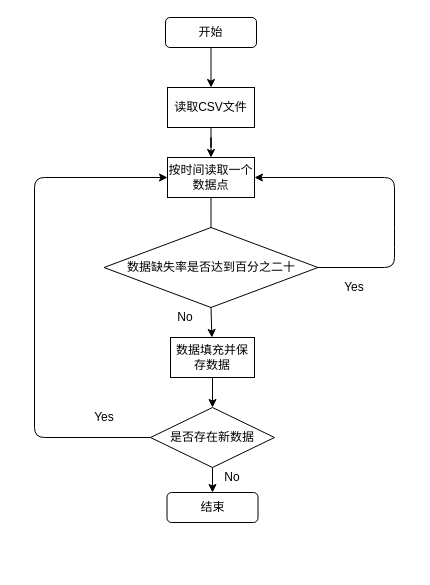
Before: Untitled Diagram.drawio in cqiangcode/afteryunfutech, a draw.io diagram. Source tidied: cells renumbered, new cells numbered last; positions are measured from the earlier drawing's top-left corner, leaving out a move shared by most shapes. Both pictures are drawn from the tidied source at 100%, with x=0, y=0 at pixel (34, 17).
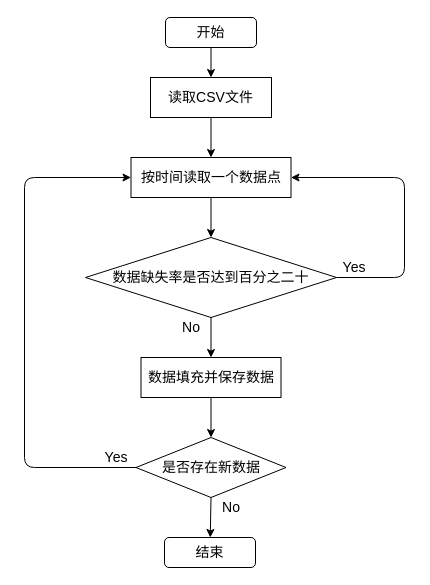
The same page after the edit.

What changed in the source:
```diff
@@
-    <mxCell id="2" style="edgeStyle=orthogonalEdgeStyle;rounded=0;jettySize=auto;html=1;" parent="1" edge="1" source="3" target="5">
-      <mxGeometry relative="1" as="geometry" />
-    </mxCell>
-    <mxCell id="3" value="读取CSV文件" style="rounded=0;whiteSpace=wrap;html=1;" parent="1" vertex="1">
-      <mxGeometry x="133" y="70" width="87" height="40" as="geometry" />
+    <mxCell id="3" value="&lt;font style=&quot;font-size: 14px&quot;&gt;读取CSV文件&lt;/font&gt;" style="rounded=0;whiteSpace=wrap;html=1;" parent="1" vertex="1">
+      <mxGeometry x="116" y="60" width="121" height="40" as="geometry" />
     </mxCell>
-    <mxCell id="4" style="edgeStyle=orthogonalEdgeStyle;rounded=0;jettySize=auto;html=1;" parent="1" edge="1" source="5">
-      <mxGeometry relative="1" as="geometry">
-        <mxPoint x="176.5" y="230" as="targetPoint" />
-      </mxGeometry>
-    </mxCell>
-    <mxCell id="5" value="按时间读取一个数据点" style="rounded=0;whiteSpace=wrap;html=1;" parent="1" vertex="1">
-      <mxGeometry x="133" y="140" width="87" height="40" as="geometry" />
+    <mxCell id="5" value="&lt;font style=&quot;font-size: 14px&quot;&gt;按时间读取一个数据点&lt;/font&gt;" style="rounded=0;whiteSpace=wrap;html=1;" parent="1" vertex="1">
+      <mxGeometry x="96.5" y="140" width="160" height="40" as="geometry" />
     </mxCell>
-    <mxCell id="6" value="开始" style="rounded=1;whiteSpace=wrap;html=1;" parent="1" vertex="1">
+    <mxCell id="6" value="&lt;font style=&quot;font-size: 14px&quot;&gt;开始&lt;/font&gt;" style="rounded=1;whiteSpace=wrap;html=1;" parent="1" vertex="1">
       <mxGeometry x="131" width="91" height="30" as="geometry" />
     </mxCell>
-    <mxCell id="7" style="endArrow=classic;html=1;entryX=0.5;entryY=0;entryDx=0;entryDy=0;exitX=0.5;exitY=1;exitDx=0;exitDy=0;" parent="1" edge="1" source="6" target="3">
-      <mxGeometry relative="1" as="geometry" />
-    </mxCell>
-    <mxCell id="8" value="数据缺失率是否达到百分之二十" style="rhombus;whiteSpace=wrap;html=1;" parent="1" vertex="1">
-      <mxGeometry x="69.5" y="210" width="214" height="80" as="geometry" />
+    <mxCell id="8" value="&lt;font style=&quot;font-size: 14px&quot;&gt;数据缺失率是否达到百分之二十&lt;/font&gt;" style="rhombus;whiteSpace=wrap;html=1;" parent="1" vertex="1">
+      <mxGeometry x="51" y="220" width="251" height="80" as="geometry" />
     </mxCell>
-    <mxCell id="9" style="endArrow=classic;html=1;exitX=1;exitY=0.5;exitDx=0;exitDy=0;entryX=1;entryY=0.5;entryDx=0;entryDy=0;" parent="1" edge="1" source="8" target="5">
-      <mxGeometry relative="1" as="geometry">
-        <Array as="points">
-          <mxPoint x="360" y="250" />
-          <mxPoint x="360" y="220" />
-          <mxPoint x="360" y="160" />
-        </Array>
-      </mxGeometry>
-    </mxCell>
-    <mxCell id="10" value="Yes" style="text;html=1;strokeColor=none;fillColor=none;align=center;verticalAlign=middle;whiteSpace=wrap;rounded=0;" parent="1" vertex="1">
-      <mxGeometry x="300" y="260" width="40" height="20" as="geometry" />
+    <mxCell id="10" value="&lt;font style=&quot;font-size: 14px&quot;&gt;Yes&lt;/font&gt;" style="text;html=1;strokeColor=none;fillColor=none;align=center;verticalAlign=middle;whiteSpace=wrap;rounded=0;" parent="1" vertex="1">
+      <mxGeometry x="300" y="240" width="40" height="20" as="geometry" />
     </mxCell>
-    <mxCell id="11" style="endArrow=classic;html=1;exitX=0.5;exitY=1;exitDx=0;exitDy=0;" parent="1" edge="1" source="8" target="13">
-      <mxGeometry relative="1" as="geometry" />
-    </mxCell>
-    <mxCell id="12" style="edgeStyle=orthogonalEdgeStyle;rounded=0;jettySize=auto;html=1;" parent="1" edge="1" source="13" target="16">
-      <mxGeometry relative="1" as="geometry" />
-    </mxCell>
-    <mxCell id="13" value="数据填充并保存数据" style="rounded=0;whiteSpace=wrap;html=1;" parent="1" vertex="1">
-      <mxGeometry x="136" y="320" width="84" height="40" as="geometry" />
+    <mxCell id="13" value="&lt;font style=&quot;font-size: 14px&quot;&gt;数据填充并保存数据&lt;/font&gt;" style="rounded=0;whiteSpace=wrap;html=1;" parent="1" vertex="1">
+      <mxGeometry x="106.5" y="340" width="140" height="40" as="geometry" />
     </mxCell>
-    <mxCell id="14" value="No&lt;br&gt;" style="text;html=1;strokeColor=none;fillColor=none;align=center;verticalAlign=middle;whiteSpace=wrap;rounded=0;" parent="1" vertex="1">
-      <mxGeometry x="131" y="290" width="40" height="20" as="geometry" />
+    <mxCell id="14" value="&lt;font style=&quot;font-size: 14px&quot;&gt;No&lt;/font&gt;&lt;br&gt;" style="text;html=1;strokeColor=none;fillColor=none;align=center;verticalAlign=middle;whiteSpace=wrap;rounded=0;" parent="1" vertex="1">
+      <mxGeometry x="136.5" y="300" width="40" height="20" as="geometry" />
     </mxCell>
-    <mxCell id="15" style="edgeStyle=orthogonalEdgeStyle;rounded=0;jettySize=auto;html=1;entryX=0.5;entryY=0;entryDx=0;entryDy=0;" parent="1" edge="1" source="16" target="17">
-      <mxGeometry relative="1" as="geometry" />
-    </mxCell>
-    <mxCell id="16" value="是否存在新数据" style="rhombus;whiteSpace=wrap;html=1;" parent="1" vertex="1">
-      <mxGeometry x="116" y="390" width="124" height="60" as="geometry" />
+    <mxCell id="16" value="&lt;font style=&quot;font-size: 14px&quot;&gt;是否存在新数据&lt;/font&gt;" style="rhombus;whiteSpace=wrap;html=1;" parent="1" vertex="1">
+      <mxGeometry x="101.5" y="420" width="150" height="60" as="geometry" />
     </mxCell>
-    <mxCell id="17" value="结束" style="rounded=1;whiteSpace=wrap;html=1;" parent="1" vertex="1">
-      <mxGeometry x="132.5" y="475" width="91" height="30" as="geometry" />
+    <mxCell id="17" value="&lt;font style=&quot;font-size: 14px&quot;&gt;结束&lt;/font&gt;" style="rounded=1;whiteSpace=wrap;html=1;" parent="1" vertex="1">
+      <mxGeometry x="130" y="520" width="91" height="30" as="geometry" />
     </mxCell>
-    <mxCell id="18" value="No&lt;br&gt;" style="text;html=1;strokeColor=none;fillColor=none;align=center;verticalAlign=middle;whiteSpace=wrap;rounded=0;" parent="1" vertex="1">
-      <mxGeometry x="178" y="450" width="40" height="20" as="geometry" />
+    <mxCell id="18" value="&lt;font style=&quot;font-size: 14px&quot;&gt;No&lt;/font&gt;&lt;br&gt;" style="text;html=1;strokeColor=none;fillColor=none;align=center;verticalAlign=middle;whiteSpace=wrap;rounded=0;" parent="1" vertex="1">
+      <mxGeometry x="176.5" y="480" width="40" height="20" as="geometry" />
     </mxCell>
+    <mxCell id="20" value="&lt;font style=&quot;font-size: 14px&quot;&gt;Yes&lt;/font&gt;" style="text;html=1;strokeColor=none;fillColor=none;align=center;verticalAlign=middle;whiteSpace=wrap;rounded=0;" parent="1" vertex="1">
+      <mxGeometry x="61.5" y="430" width="40" height="20" as="geometry" />
+    </mxCell>
+    <mxCell id="7" style="endArrow=classic;html=1;exitX=0.5;exitY=1;exitDx=0;exitDy=0;entryX=0.5;entryY=0;entryDx=0;entryDy=0;" parent="1" edge="1" source="6" target="3">
+      <mxGeometry relative="1" as="geometry" />
+    </mxCell>
+    <mxCell id="2" style="endArrow=classic;html=1;exitX=0.5;exitY=1;exitDx=0;exitDy=0;entryX=0.5;entryY=0;entryDx=0;entryDy=0;" parent="1" edge="1" source="3" target="5">
+      <mxGeometry relative="1" as="geometry" />
+    </mxCell>
+    <mxCell id="21" style="endArrow=classic;html=1;exitX=0.5;exitY=1;exitDx=0;exitDy=0;" parent="1" edge="1" source="5" target="8">
+      <mxGeometry relative="1" as="geometry" />
+    </mxCell>
+    <mxCell id="11" style="endArrow=classic;html=1;exitX=0.5;exitY=1;exitDx=0;exitDy=0;entryX=0.5;entryY=0;entryDx=0;entryDy=0;" parent="1" edge="1" source="8" target="13">
+      <mxGeometry relative="1" as="geometry" />
+    </mxCell>
+    <mxCell id="12" style="endArrow=classic;html=1;exitX=0.5;exitY=1;exitDx=0;exitDy=0;entryX=0.5;entryY=0;entryDx=0;entryDy=0;" parent="1" edge="1" source="13" target="16">
+      <mxGeometry relative="1" as="geometry" />
+    </mxCell>
+    <mxCell id="15" style="endArrow=classic;html=1;exitX=0.5;exitY=1;exitDx=0;exitDy=0;" parent="1" edge="1" source="16" target="17">
+      <mxGeometry relative="1" as="geometry" />
+    </mxCell>
+    <mxCell id="9" style="endArrow=classic;html=1;exitX=1;exitY=0.5;exitDx=0;exitDy=0;entryX=1;entryY=0.5;entryDx=0;entryDy=0;" parent="1" edge="1" source="8" target="5">
+      <mxGeometry relative="1" as="geometry">
+        <Array as="points">
+          <mxPoint x="370" y="260" />
+          <mxPoint x="370" y="160" />
+        </Array>
+      </mxGeometry>
+    </mxCell>
     <mxCell id="19" style="endArrow=classic;html=1;exitX=0;exitY=0.5;exitDx=0;exitDy=0;entryX=0;entryY=0.5;entryDx=0;entryDy=0;" parent="1" edge="1" source="16" target="5">
       <mxGeometry relative="1" as="geometry">
         <Array as="points">
-          <mxPoint y="420" />
-          <mxPoint y="160" />
+          <mxPoint x="-10" y="450" />
+          <mxPoint x="-10" y="160" />
         </Array>
       </mxGeometry>
     </mxCell>
-    <mxCell id="20" value="Yes" style="text;html=1;strokeColor=none;fillColor=none;align=center;verticalAlign=middle;whiteSpace=wrap;rounded=0;" parent="1" vertex="1">
-      <mxGeometry x="49.5" y="390" width="40" height="20" as="geometry" />
-    </mxCell>
```
